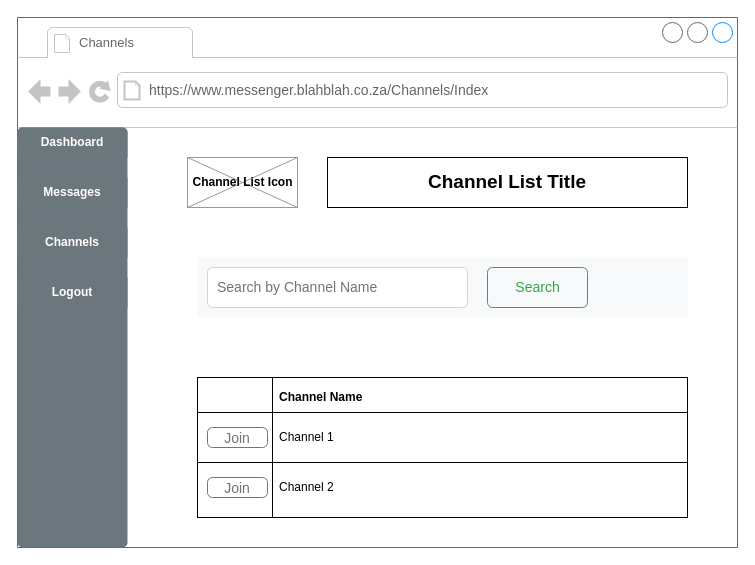
This is 115365 - System Inputs and Outputs/Exercises/Exercise 2 - Wireframes/4-ChannelListWireframe.drawio from Sahil-Chillisoft/LearnershipSecondBlock, a draw.io file, before an edit. Source tidied: cells renumbered, new cells numbered last; positions are measured from the earlier drawing's top-left corner, leaving out a move shared by most shapes. Both pictures are drawn from the tidied source at 100%, with x=0, y=0 at pixel (17, 17).
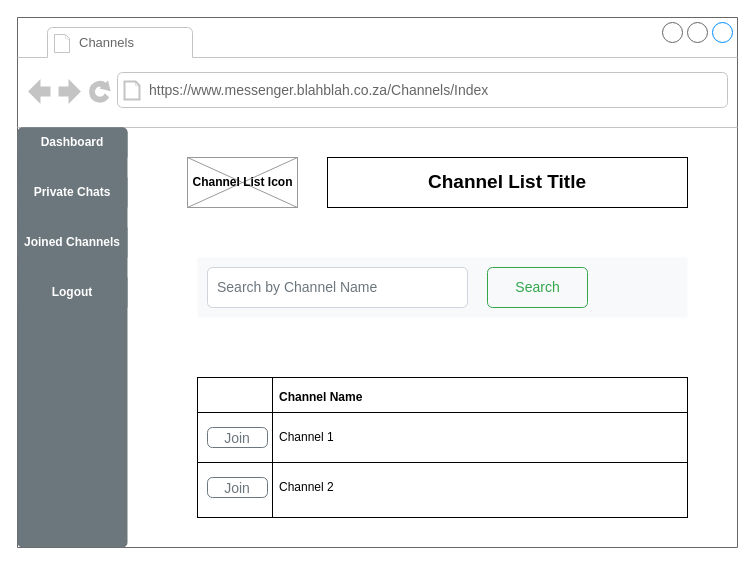
The same diagram, later.

Commit message (it also covers changes not shown here):
115365 - Exercise 2 Wireframe content update based on feedback.

The change refers to these unchanged cells:
```xml
<mxCell id="7" style="html=1;shadow=0;dashed=0;shape=mxgraph.bootstrap.rrect;rSize=5;strokeColor=none;html=1;whiteSpace=wrap;fillColor=#6C767D;fontColor=#ffffff;" parent="2" vertex="1">
  <mxGeometry y="110" width="110" height="420" as="geometry" />
</mxCell>
```

Change to the diagram source:
```diff
@@
-    <mxCell id="9" value="&lt;font color=&quot;#ffffff&quot;&gt;&lt;b&gt;Messages&lt;/b&gt;&lt;/font&gt;" style="strokeColor=inherit;fillColor=inherit;gradientColor=inherit;fontColor=inherit;html=1;shadow=0;dashed=0;perimeter=none;whiteSpace=wrap;" parent="7" vertex="1">
+    <mxCell id="9" value="&lt;font color=&quot;#ffffff&quot;&gt;&lt;b&gt;Private Chats&lt;/b&gt;&lt;/font&gt;" style="strokeColor=inherit;fillColor=inherit;gradientColor=inherit;fontColor=inherit;html=1;shadow=0;dashed=0;perimeter=none;whiteSpace=wrap;" parent="7" vertex="1">
       <mxGeometry width="110" height="30" relative="1" as="geometry">
         <mxPoint y="50" as="offset" />
       </mxGeometry>
     </mxCell>
-    <mxCell id="10" value="&lt;font color=&quot;#ffffff&quot;&gt;&lt;b&gt;Channels&lt;/b&gt;&lt;/font&gt;" style="strokeColor=inherit;fillColor=inherit;gradientColor=inherit;fontColor=inherit;html=1;shadow=0;dashed=0;perimeter=none;whiteSpace=wrap;" parent="7" vertex="1">
+    <mxCell id="10" value="&lt;font color=&quot;#ffffff&quot;&gt;&lt;b&gt;Joined Channels&lt;/b&gt;&lt;/font&gt;" style="strokeColor=inherit;fillColor=inherit;gradientColor=inherit;fontColor=inherit;html=1;shadow=0;dashed=0;perimeter=none;whiteSpace=wrap;" parent="7" vertex="1">
       <mxGeometry width="110" height="30" relative="1" as="geometry">
         <mxPoint y="100" as="offset" />
       </mxGeometry>
     </mxCell>
```
